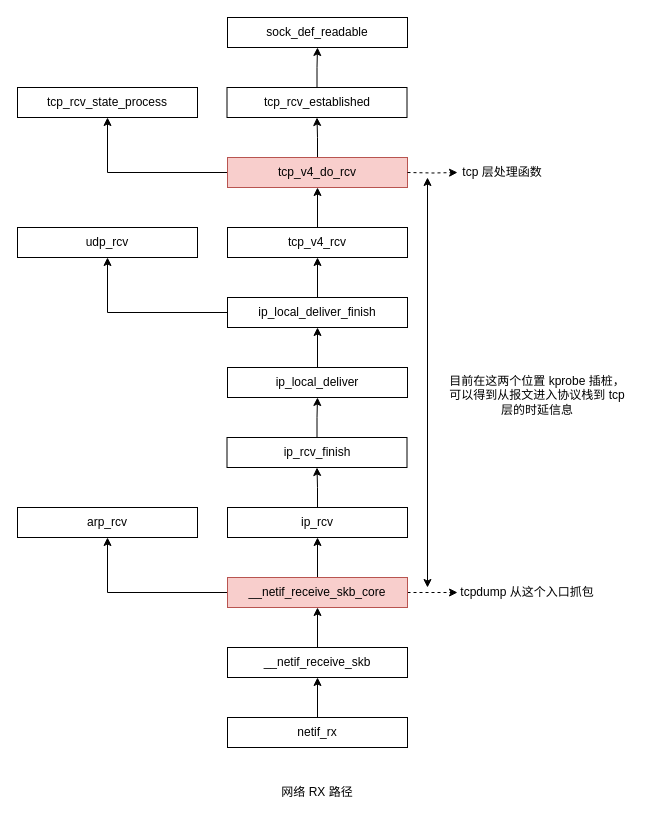
This is page "Page-2" (2 of 7) of network basic.drawio from wehyy/my-world, a draw.io file, before an edit. Source tidied: cells renumbered, new cells numbered last; positions are measured from the earlier drawing's top-left corner, leaving out a move shared by most shapes. Both pictures are drawn from the tidied source at 100%, with x=0, y=0 at pixel (17, 17).
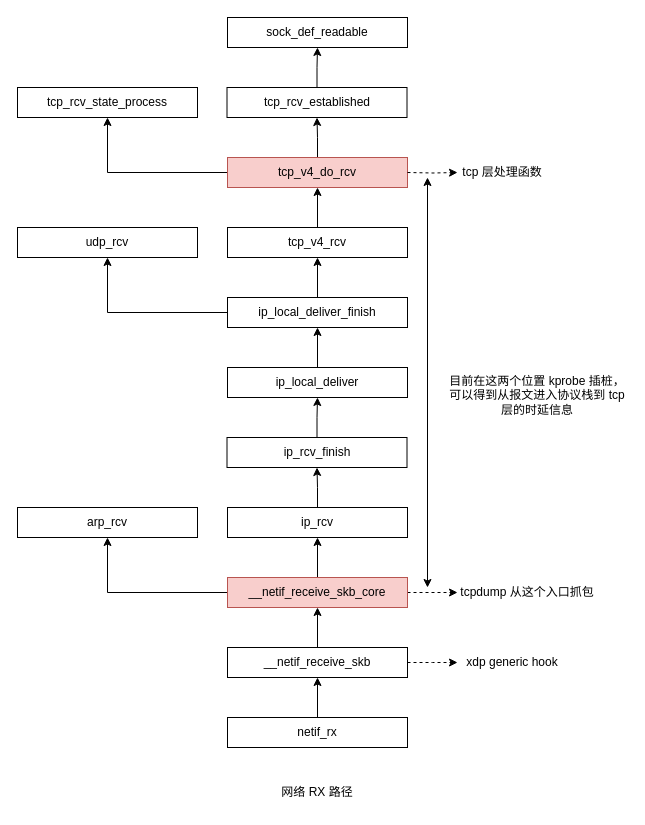
The same page after the edit.

Unchanged cells that the change refers to:
```xml
<mxCell id="5" value="__netif_receive_skb" style="rounded=0;whiteSpace=wrap;html=1;" parent="1" vertex="1">
  <mxGeometry x="210" y="630" width="180" height="30" as="geometry" />
</mxCell>
```

Diff of the diagram source:
```diff
@@
+    <mxCell id="36" style="edgeStyle=orthogonalEdgeStyle;rounded=0;jettySize=auto;html=1;dashed=1;" parent="1" edge="1" source="5">
+      <mxGeometry relative="1" as="geometry">
+        <mxPoint x="440" y="645" as="targetPoint" />
+      </mxGeometry>
+    </mxCell>
@@
+    <mxCell id="37" value="xdp generic hook" style="text;html=1;strokeColor=none;fillColor=none;align=center;verticalAlign=middle;whiteSpace=wrap;rounded=0;" parent="1" vertex="1">
+      <mxGeometry x="440" y="630" width="110" height="30" as="geometry" />
+    </mxCell>
```
